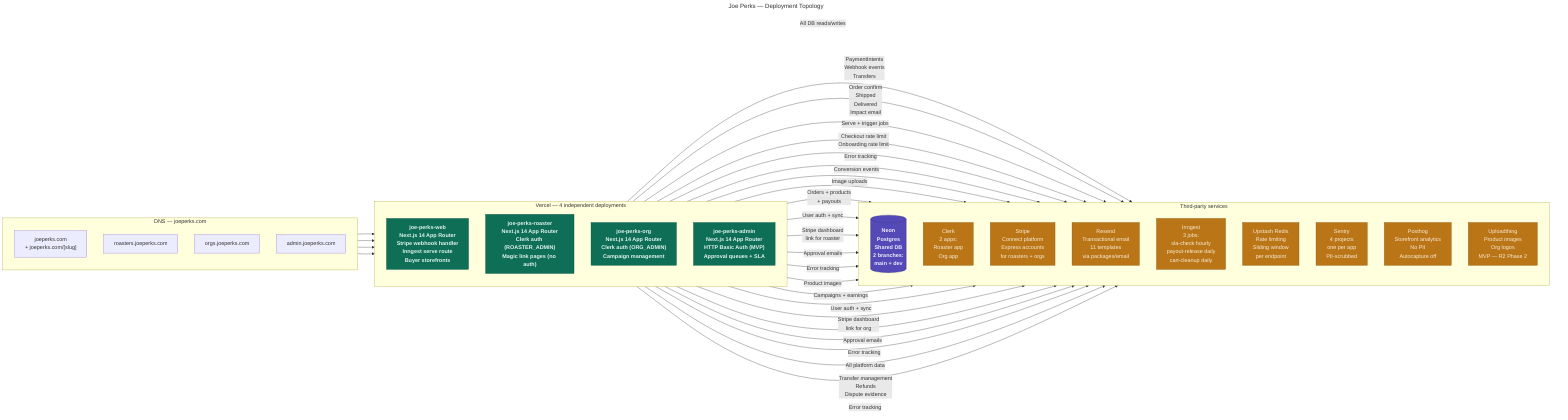
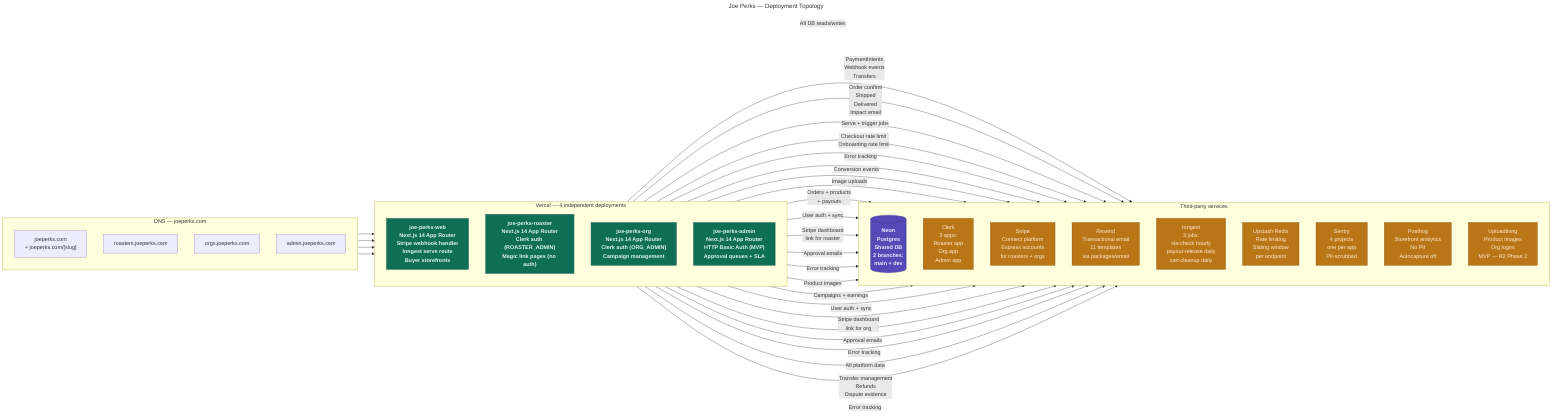
---
title: Joe Perks — Deployment Topology
---
graph LR
  %% ── DNS / Entry points ──────────────────────────────────────────
  subgraph DNS["DNS — joeperks.com"]
    direction TB
    D1["joeperks.com\n+ joeperks.com/[slug]"]
    D2["roasters.joeperks.com"]
    D3["orgs.joeperks.com"]
    D4["admin.joeperks.com"]
  end

  %% ── Vercel deployments ──────────────────────────────────────────
  subgraph VERCEL["Vercel — 4 independent deployments"]
    direction TB
    V1["joe-perks-web\nNext.js 14 App Router\nStripe webhook handler\nInngest serve route\nBuyer storefronts"]:::app
    V2["joe-perks-roaster\nNext.js 14 App Router\nClerk auth (ROASTER_ADMIN)\nMagic link pages (no auth)"]:::app
    V3["joe-perks-org\nNext.js 14 App Router\nClerk auth (ORG_ADMIN)\nCampaign management"]:::app
    V4["joe-perks-admin\nNext.js 14 App Router\nHTTP Basic Auth (MVP)\nApproval queues + SLA"]:::app
  end

  %% ── Third-party services ────────────────────────────────────────
  subgraph SVC["Third-party services"]
    direction TB
    NEON[("Neon\nPostgres\nShared DB\n2 branches:\nmain + dev")]:::db
-     CLERK["Clerk\n2 apps:\nRoaster app\nOrg app"]:::svc
+     CLERK["Clerk\n3 apps:\nRoaster app\nOrg app\nAdmin app"]:::svc
    STRIPE["Stripe\nConnect platform\nExpress accounts\nfor roasters + orgs"]:::svc
    RESEND["Resend\nTransactional email\n11 templates\nvia packages/email"]:::svc
    INNGEST["Inngest\n3 jobs:\nsla-check hourly\npayout-release daily\ncart-cleanup daily"]:::svc
    UPSTASH["Upstash Redis\nRate limiting\nSliding window\nper endpoint"]:::svc
    SENTRY["Sentry\n4 projects\none per app\nPII-scrubbed"]:::svc
    POSTHOG["Posthog\nStorefront analytics\nNo PII\nAutocapture off"]:::svc
    UPLOAD["Uploadthing\nProduct images\nOrg logos\nMVP — R2 Phase 2"]:::svc
  end

  %% ── DNS → Vercel routing ────────────────────────────────────────
  D1 --> V1
  D2 --> V2
  D3 --> V3
  D4 --> V4

  %% ── apps/web service connections ────────────────────────────────
  V1 -->|"All DB reads/writes"| NEON
  V1 -->|"PaymentIntents\nWebhook events\nTransfers"| STRIPE
  V1 -->|"Order confirm\nShipped\nDelivered\nImpact email"| RESEND
  V1 -->|"Serve + trigger jobs"| INNGEST
  V1 -->|"Checkout rate limit\nOnboarding rate limit"| UPSTASH
  V1 -->|"Error tracking"| SENTRY
  V1 -->|"Conversion events"| POSTHOG
  V1 -->|"Image uploads"| UPLOAD

  %% ── apps/roaster service connections ────────────────────────────
  V2 -->|"Orders + products\n+ payouts"| NEON
  V2 -->|"User auth + sync"| CLERK
  V2 -->|"Stripe dashboard\nlink for roaster"| STRIPE
  V2 -->|"Approval emails"| RESEND
  V2 -->|"Error tracking"| SENTRY
  V2 -->|"Product images"| UPLOAD

  %% ── apps/org service connections ─────────────────────────────────
  V3 -->|"Campaigns + earnings"| NEON
  V3 -->|"User auth + sync"| CLERK
  V3 -->|"Stripe dashboard\nlink for org"| STRIPE
  V3 -->|"Approval emails"| RESEND
  V3 -->|"Error tracking"| SENTRY

  %% ── apps/admin service connections ──────────────────────────────
  V4 -->|"All platform data"| NEON
  V4 -->|"Transfer management\nRefunds\nDispute evidence"| STRIPE
  V4 -->|"Error tracking"| SENTRY

  classDef app fill:#0F6E56,stroke:#085041,color:#E1F5EE,font-weight:bold
  classDef db  fill:#534AB7,stroke:#3C3489,color:#EEEDFE,font-weight:bold
  classDef svc fill:#BA7517,stroke:#854F0B,color:#FAEEDA
